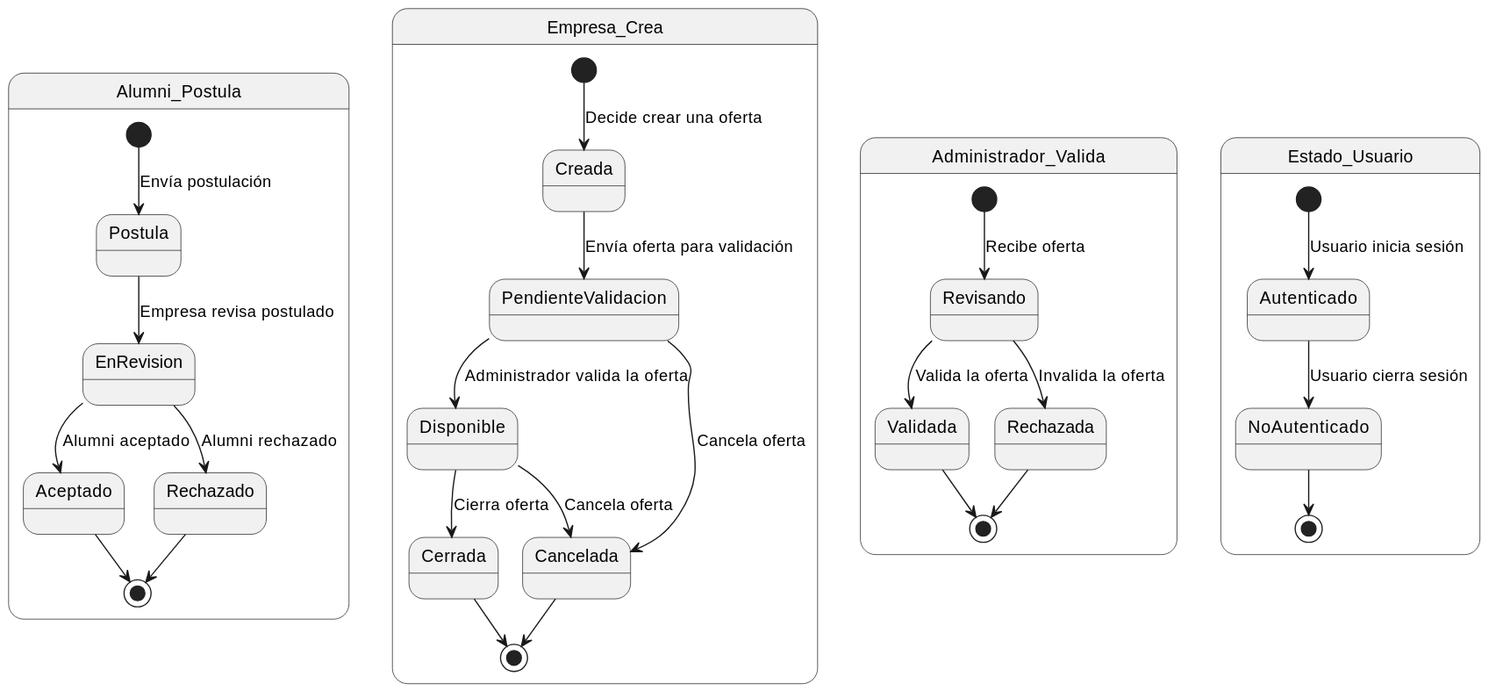
The PlantUML diagram modelosUML/ModeloDominio/svg/diagramaEstados.svg in mmasias/24-25-IdSw1-SDR, before a commit.
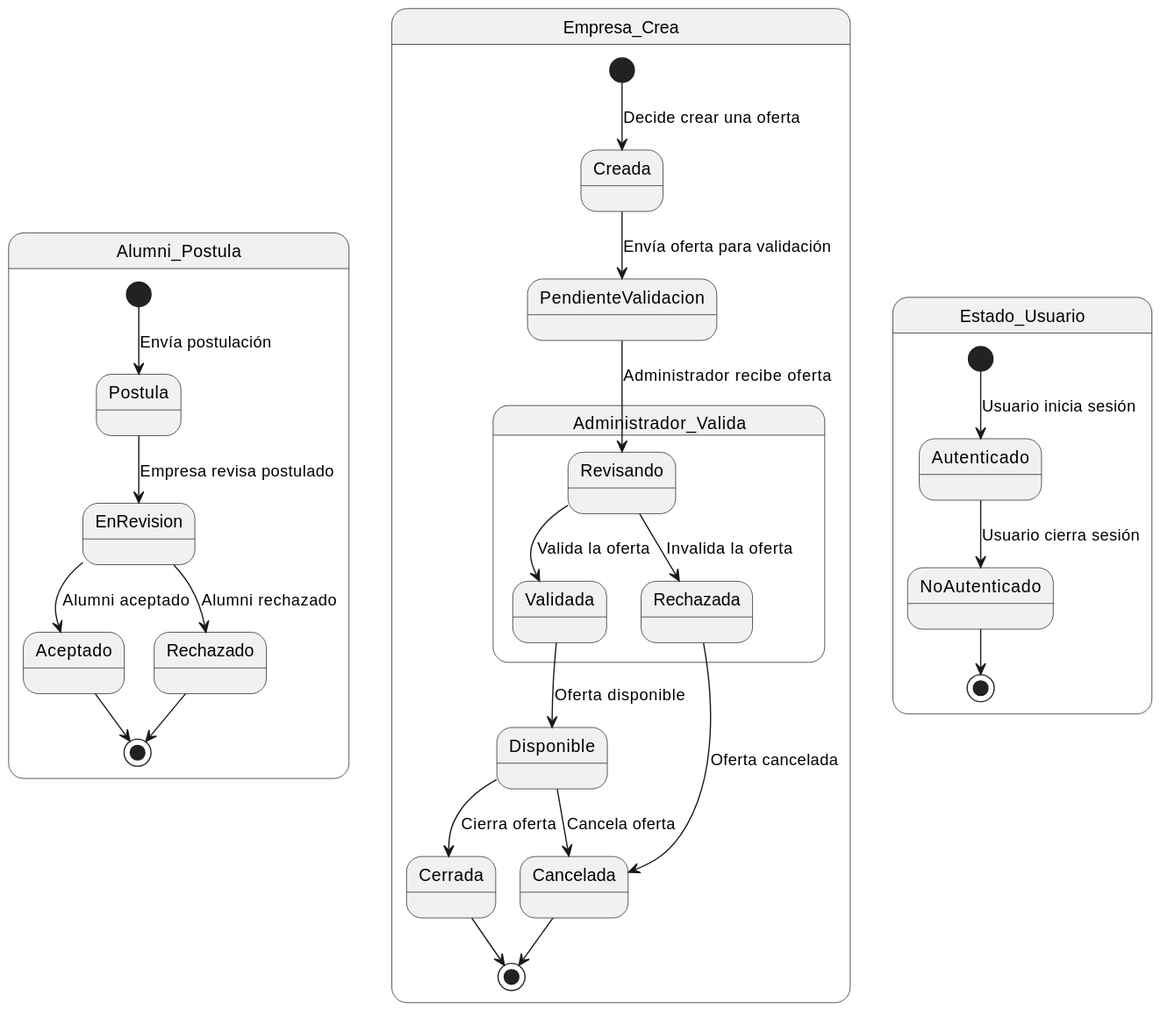
Above is the later version.

Commit message:
Diagrama Estados Integrar admin en empresa - Fix #42

What changed in the source:
```diff
@@ -11,20 +11,19 @@
 state Empresa_Crea {
     [*] --> Creada : Decide crear una oferta
     Creada --> PendienteValidacion : Envía oferta para validación
-    PendienteValidacion --> Disponible : Administrador valida la oferta
-    PendienteValidacion --> Cancelada : Cancela oferta
+
+    state Administrador_Valida {
+        PendienteValidacion --> Revisando : Administrador recibe oferta
+        Revisando --> Validada : Valida la oferta
+        Revisando --> Rechazada : Invalida la oferta
+    }
+
+    Validada --> Disponible : Oferta disponible
+    Rechazada --> Cancelada : Oferta cancelada
     Disponible --> Cerrada : Cierra oferta
     Disponible --> Cancelada : Cancela oferta
     Cerrada --> [*]
     Cancelada --> [*]
-}
-
-state Administrador_Valida {
-    [*] --> Revisando : Recibe oferta
-    Revisando --> Validada : Valida la oferta
-    Revisando --> Rechazada : Invalida la oferta
-    Validada --> [*]
-    Rechazada --> [*]
 }
 
 state Estado_Usuario {
```
